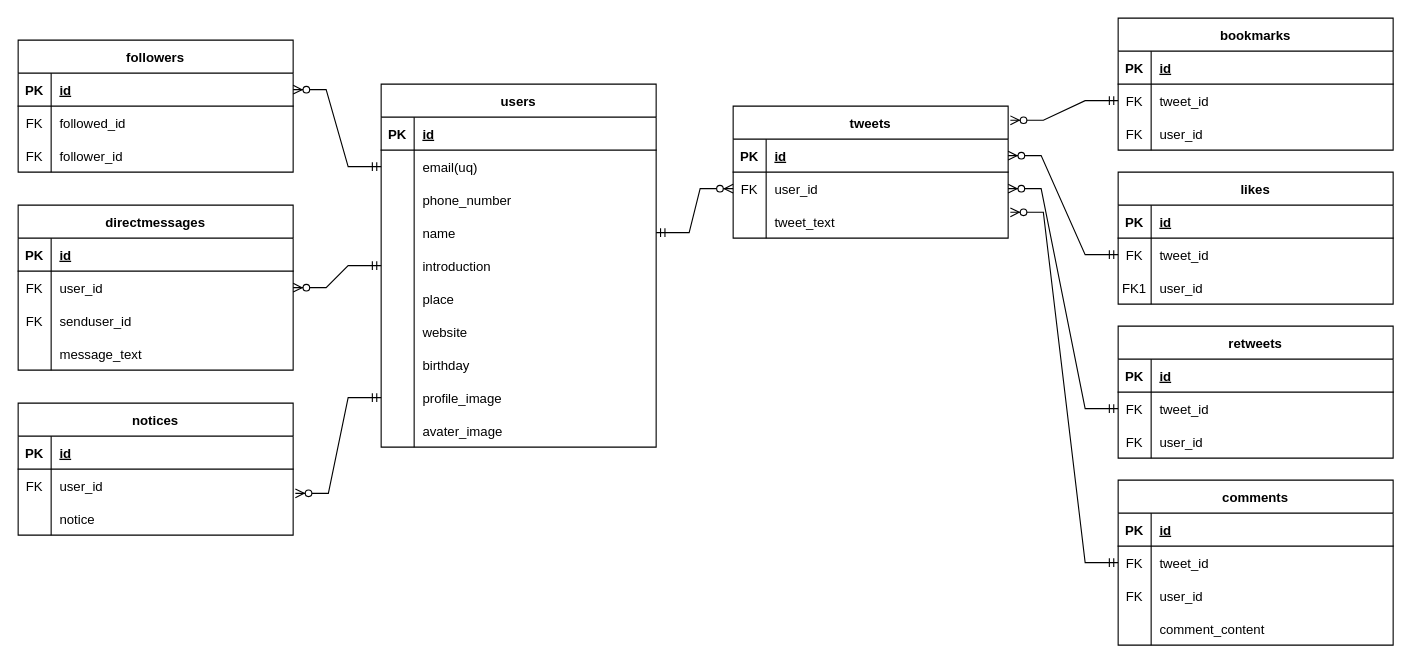
hie3-336/rails_twitter keeps this draw.io diagram as twitter_draft.drawio. Above is the earlier version. Source tidied: cells renumbered, new cells numbered last; positions are measured from the earlier drawing's top-left corner, leaving out a move shared by most shapes. Both pictures are drawn from the tidied source at 110%, with x=0, y=0 at pixel (18, 18).
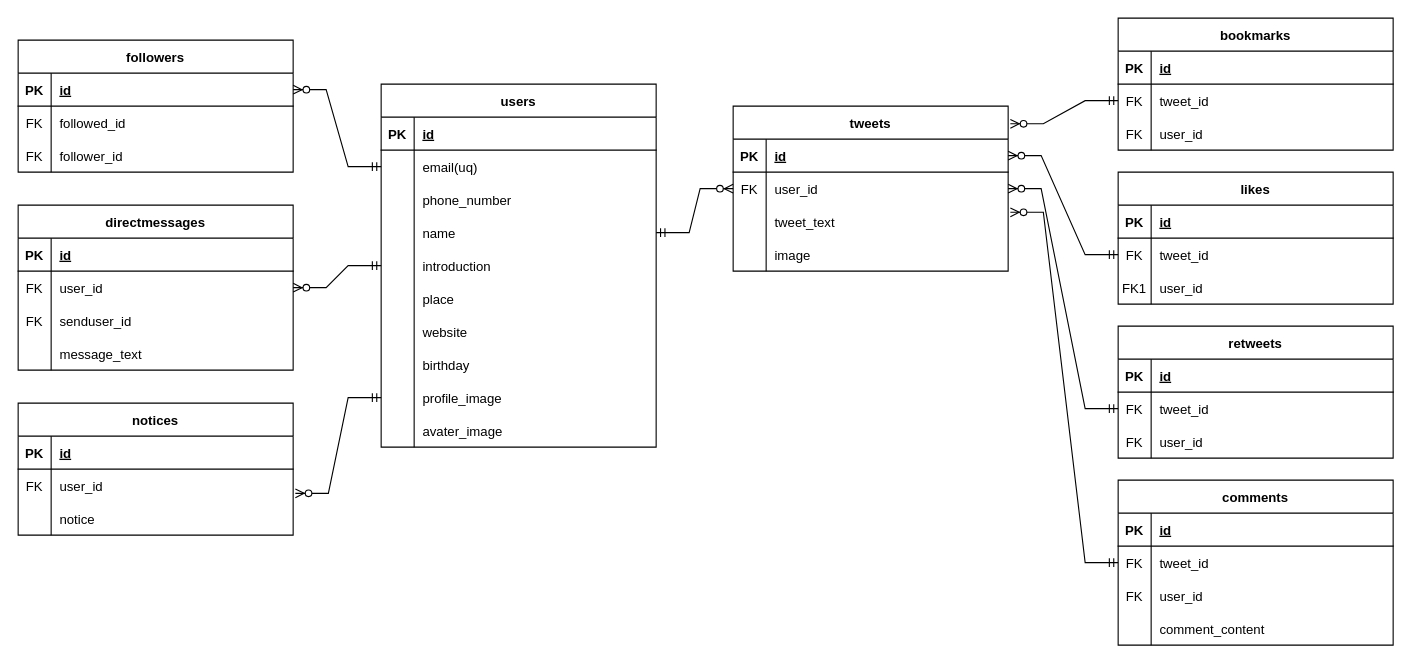
Above is the later version.

The edit, as a diff of the source:
```diff
@@
     <mxCell id="33" value="tweets" style="shape=table;startSize=30;childLayout=tableLayout;rowLines=0;fontStyle=1;align=center;" parent="1" vertex="1">
-      <mxGeometry x="650" y="80" width="250" height="120" as="geometry" />
+      <mxGeometry x="650" y="80" width="250" height="150" as="geometry" />
     </mxCell>
@@
+    <mxCell id="127" style="shape=partialRectangle;fillColor=none;top=0;left=0;right=0;bottom=0;" parent="33" vertex="1">
+      <mxGeometry y="120" width="250" height="30" as="geometry" />
+    </mxCell>
+    <mxCell id="128" style="shape=partialRectangle;overflow=hidden;fillColor=none;top=0;left=0;bottom=0;right=0;" parent="127" vertex="1">
+      <mxGeometry width="30" height="30" as="geometry" />
+    </mxCell>
+    <mxCell id="129" value="image" style="shape=partialRectangle;overflow=hidden;fillColor=none;top=0;left=0;bottom=0;right=0;align=left;spacingLeft=6;" parent="127" vertex="1">
+      <mxGeometry x="30" width="220" height="30" as="geometry" />
+    </mxCell>
```
